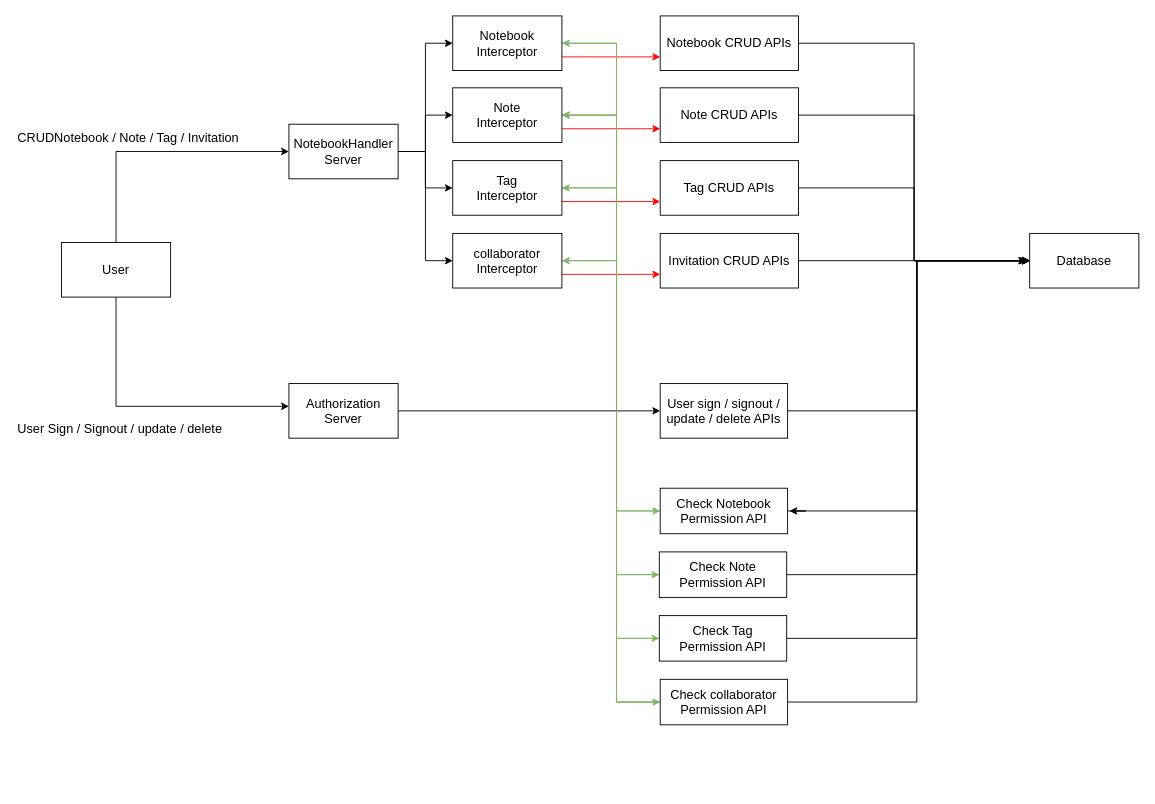
Before: page "Application攔截器" (2 of 3) of LinkNoteERD.drawio in joeyliao127/LinkNote2.0, a draw.io diagram. Source tidied: cells renumbered, new cells numbered last; positions are measured from the earlier drawing's top-left corner, leaving out a move shared by most shapes. Both pictures are drawn from the tidied source at 91%, with x=0, y=0 at pixel (15, 15).
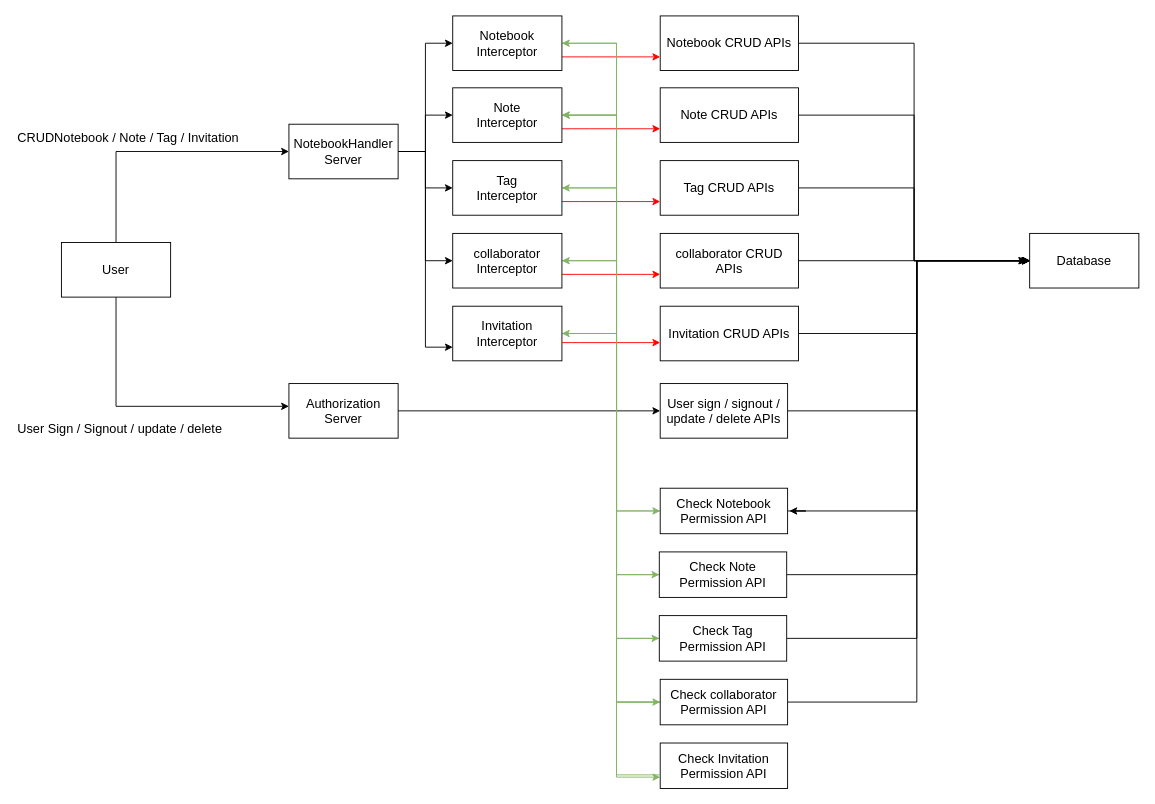
After the change.

The change refers to these unchanged cells:
```xml
<mxCell id="8" value="NotebookHandler&lt;br&gt;Server" style="rounded=0;whiteSpace=wrap;html=1;fontSize=14;" parent="1" vertex="1">
  <mxGeometry x="300" y="119" width="120" height="60" as="geometry" />
</mxCell>
<mxCell id="34" value="Database" style="rounded=0;whiteSpace=wrap;html=1;fontSize=14;" parent="1" vertex="1">
  <mxGeometry x="1114" y="239" width="120" height="60" as="geometry" />
</mxCell>
```

Change to the diagram source:
```diff
@@
+    <mxCell id="51" style="edgeStyle=orthogonalEdgeStyle;rounded=0;jettySize=auto;html=1;entryX=0;entryY=0.75;entryDx=0;entryDy=0;strokeColor=#000000;fontSize=14;endArrow=classic;endFill=1;" parent="1" edge="1" source="8" target="53">
+      <mxGeometry relative="1" as="geometry" />
+    </mxCell>
@@
-    <mxCell id="31" value="Invitation CRUD APIs" style="rounded=0;whiteSpace=wrap;html=1;fontSize=14;" parent="1" vertex="1">
+    <mxCell id="31" value="collaborator CRUD APIs" style="rounded=0;whiteSpace=wrap;html=1;fontSize=14;" parent="1" vertex="1">
       <mxGeometry x="708" y="239" width="152" height="60" as="geometry" />
     </mxCell>
@@
+    <mxCell id="52" style="edgeStyle=orthogonalEdgeStyle;rounded=0;jettySize=auto;html=1;entryX=0;entryY=0.75;entryDx=0;entryDy=0;strokeColor=#82b366;fontSize=14;endArrow=classic;endFill=1;fillColor=#d5e8d4;" parent="1" edge="1" source="53" target="57">
+      <mxGeometry relative="1" as="geometry">
+        <Array as="points">
+          <mxPoint x="660" y="349" />
+          <mxPoint x="660" y="836" />
+        </Array>
+      </mxGeometry>
+    </mxCell>
+    <mxCell id="53" value="Invitation&lt;br&gt;Interceptor" style="rounded=0;whiteSpace=wrap;html=1;fontSize=14;" parent="1" vertex="1">
+      <mxGeometry x="480" y="319" width="120" height="60" as="geometry" />
+    </mxCell>
+    <mxCell id="54" style="edgeStyle=orthogonalEdgeStyle;rounded=0;jettySize=auto;html=1;entryX=0;entryY=0.5;entryDx=0;entryDy=0;strokeColor=#000000;fontSize=14;endArrow=classic;endFill=1;" parent="1" edge="1" source="55" target="34">
+      <mxGeometry relative="1" as="geometry">
+        <Array as="points">
+          <mxPoint x="990" y="349" />
+          <mxPoint x="990" y="269" />
+        </Array>
+      </mxGeometry>
+    </mxCell>
+    <mxCell id="55" value="Invitation CRUD APIs" style="rounded=0;whiteSpace=wrap;html=1;fontSize=14;" parent="1" vertex="1">
+      <mxGeometry x="708" y="319" width="152" height="60" as="geometry" />
+    </mxCell>
+    <mxCell id="56" style="edgeStyle=orthogonalEdgeStyle;rounded=0;orthogonalLoop=1;jettySize=auto;html=1;entryX=0;entryY=0.75;entryDx=0;entryDy=0;strokeColor=#FF0000;fontSize=14;endArrow=classic;endFill=1;" parent="1" edge="1">
+      <mxGeometry relative="1" as="geometry">
+        <mxPoint x="600" y="359" as="sourcePoint" />
+        <mxPoint x="708" y="359" as="targetPoint" />
+        <Array as="points">
+          <mxPoint x="620" y="359" />
+          <mxPoint x="620" y="359" />
+        </Array>
+      </mxGeometry>
+    </mxCell>
+    <mxCell id="57" value="Check Invitation Permission API" style="rounded=0;whiteSpace=wrap;html=1;fontSize=14;" parent="1" vertex="1">
+      <mxGeometry x="708" y="799" width="140" height="50" as="geometry" />
+    </mxCell>
+    <mxCell id="58" style="edgeStyle=orthogonalEdgeStyle;rounded=0;orthogonalLoop=1;jettySize=auto;html=1;entryX=1;entryY=0.5;entryDx=0;entryDy=0;strokeColor=#82b366;fontSize=14;endArrow=classic;endFill=1;fillColor=#d5e8d4;" parent="1" edge="1">
+      <mxGeometry relative="1" as="geometry">
+        <mxPoint x="708" y="834" as="sourcePoint" />
+        <mxPoint x="600" y="349" as="targetPoint" />
+        <Array as="points">
+          <mxPoint x="660" y="834" />
+          <mxPoint x="660" y="349" />
+        </Array>
+      </mxGeometry>
+    </mxCell>
```
